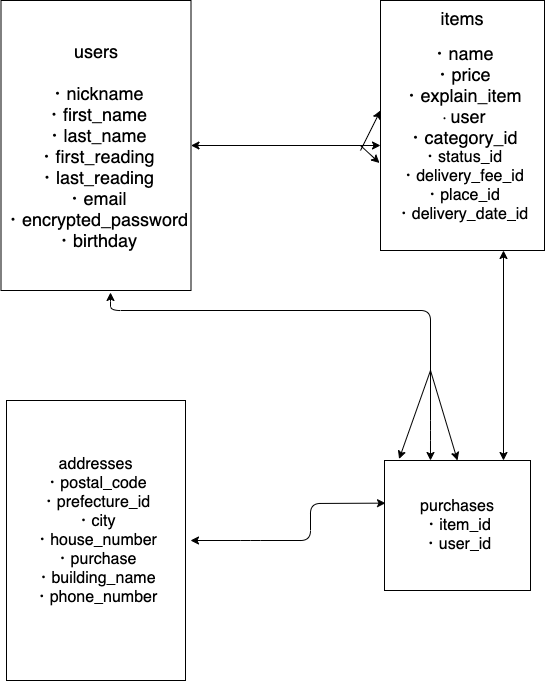
Earlier version of the draw.io export ER.drawio.png (kosei-tanoue/furima-29610). Source tidied: cells renumbered, new cells last; positions are measured from the earlier drawing's top-left corner, leaving out a move shared by most shapes.
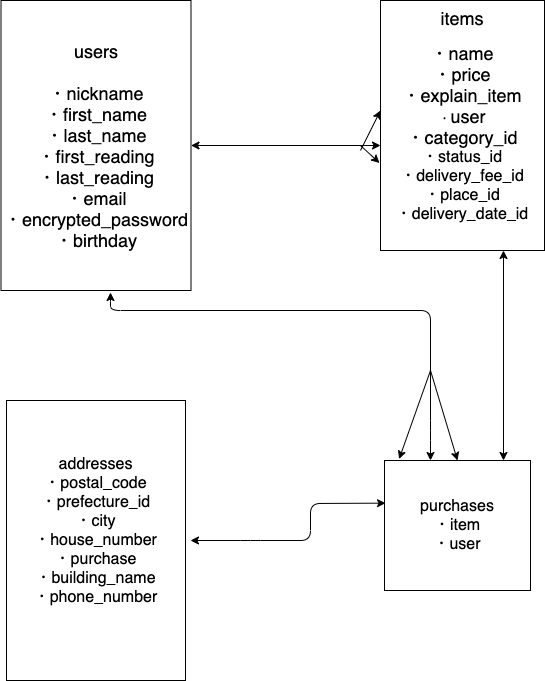
Above is the later version.

Commit message:
データベース設計

Diff of the diagram source:
```diff
@@ -14,7 +14,7 @@
     <mxCell id="5" value="&lt;font size=&quot;3&quot;&gt;addresses&lt;br&gt;・postal_code&lt;br&gt;・prefecture_id&lt;br&gt;・city&lt;br&gt;・house_number&lt;br&gt;・purchase&lt;br&gt;・building_name&lt;br&gt;・phone_number&lt;br&gt;&lt;br&gt;&lt;/font&gt;" style="rounded=0;whiteSpace=wrap;html=1;" parent="1" vertex="1">
       <mxGeometry x="6" y="400" width="179" height="280" as="geometry" />
     </mxCell>
-    <mxCell id="6" value="&lt;font size=&quot;3&quot;&gt;purchases&lt;br&gt;・item_id&lt;br&gt;・user_id&lt;br&gt;&lt;/font&gt;" style="rounded=0;whiteSpace=wrap;html=1;" parent="1" vertex="1">
+    <mxCell id="6" value="&lt;font size=&quot;3&quot;&gt;purchases&lt;br&gt;・item&lt;br&gt;・user&lt;br&gt;&lt;/font&gt;" style="rounded=0;whiteSpace=wrap;html=1;" parent="1" vertex="1">
       <mxGeometry x="384" y="460" width="146" height="130" as="geometry" />
     </mxCell>
     <mxCell id="7" style="endArrow=classic;html=1;" parent="1" edge="1">
```
